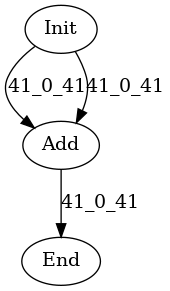
The Graphviz diagram data/graph_poly.dot.png in hal-lab-u-tokyo/PolyFHE, before a commit. Its source is kept beside it as data/graph_poly.dot.
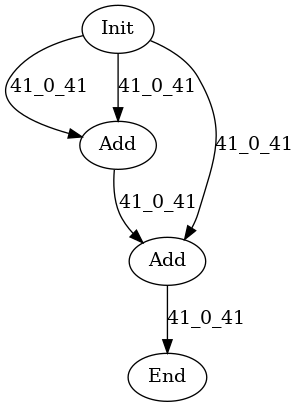
Later version of the same file.

What changed in the source:
```diff
@@ -2,7 +2,10 @@
 Init[label="Init"];
 End[label="End"];
 Add[label="Add"];
+Add2[label="Add"];
 Init -> Add[label="41_0_41"];
 Init -> Add[label="41_0_41"];
-Add -> End[label="41_0_41"];
+Init -> Add2[label="41_0_41"];
+Add -> Add2[label="41_0_41"];
+Add2 -> End[label="41_0_41"];
 }
```
